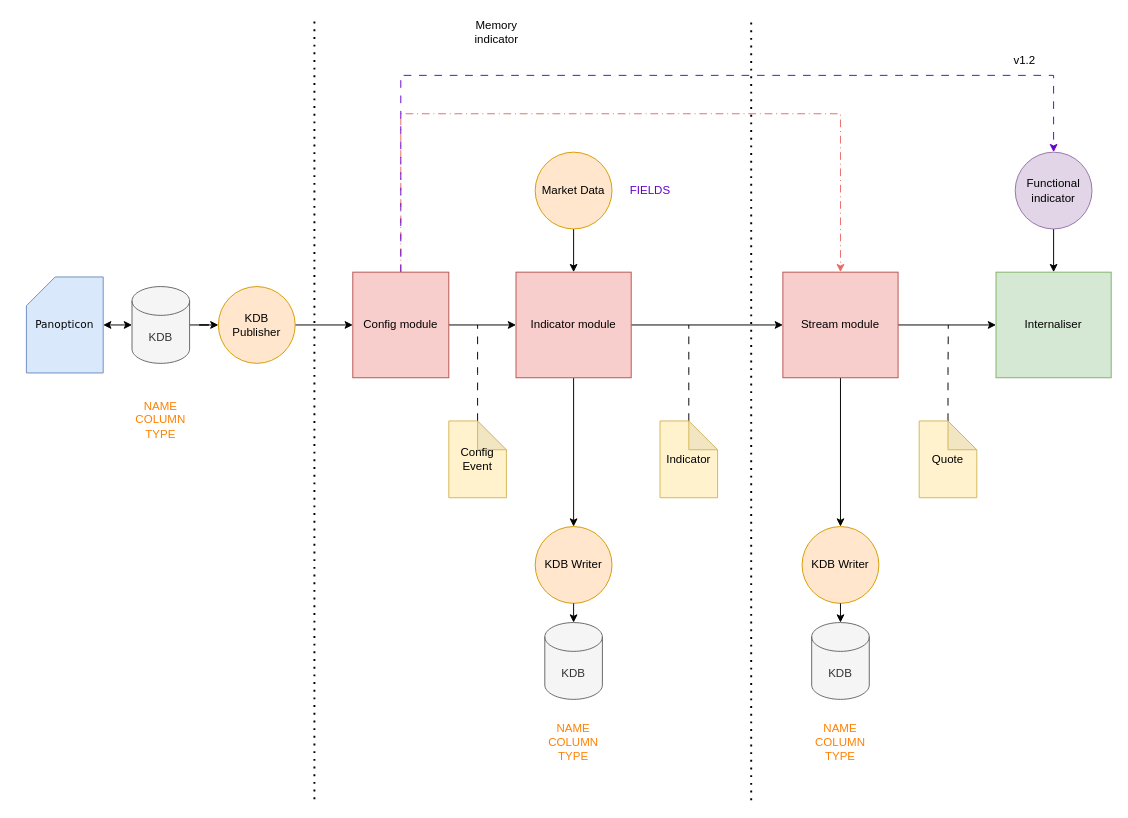
Above: page "Page-1" (1 of 2) of Diagramme sans nom.drawio in yhudev/books (draw.io), before the change. Source tidied: cells renumbered, new cells numbered last; positions are measured from the earlier drawing's top-left corner, leaving out a move shared by most shapes. Both pictures are drawn from the tidied source at 96%, with x=0, y=0 at pixel (26, 17).
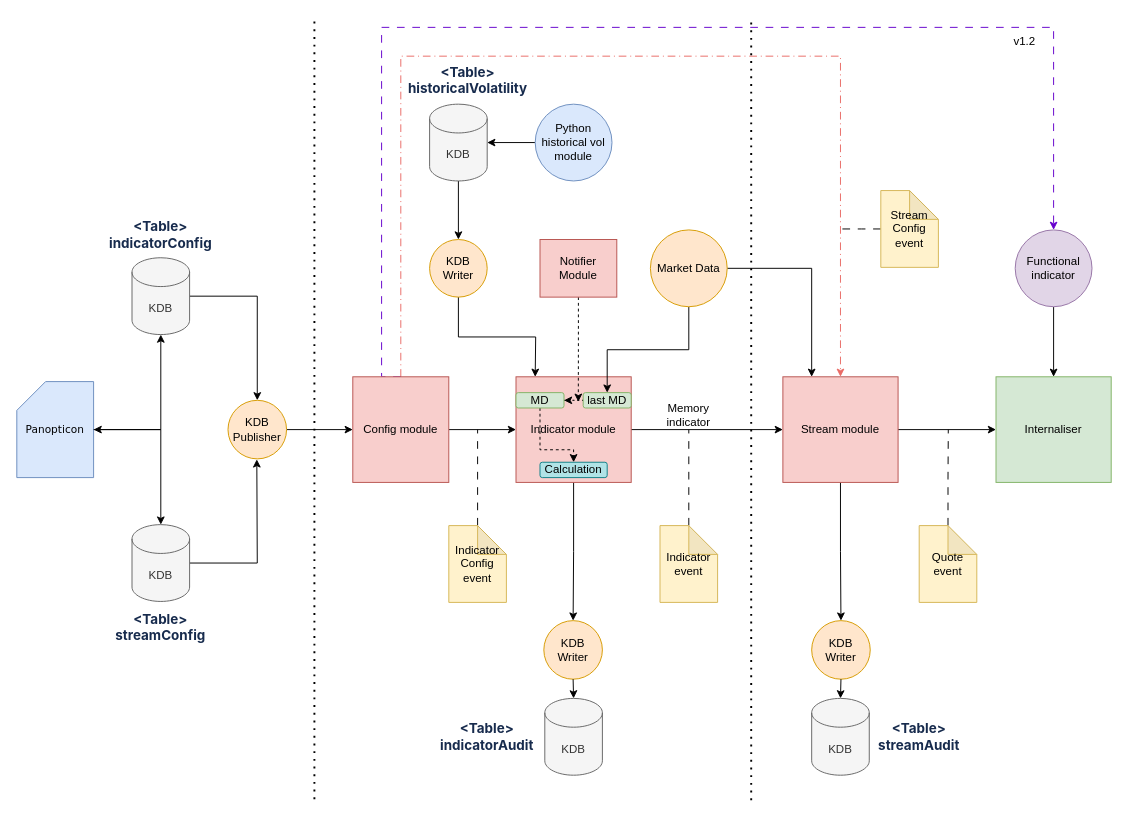
The same page after the edit.

Diff of the diagram source:
```diff
@@
     <mxCell id="3" value="KDB" style="shape=cylinder3;whiteSpace=wrap;html=1;boundedLbl=1;backgroundOutline=1;size=15;fillColor=#f5f5f5;fontColor=#333333;strokeColor=#666666;" parent="1" vertex="1">
-      <mxGeometry x="110" y="280" width="60" height="80" as="geometry" />
+      <mxGeometry x="110" y="250" width="60" height="80" as="geometry" />
     </mxCell>
@@
     <mxCell id="5" style="edgeStyle=orthogonalEdgeStyle;rounded=0;jettySize=auto;html=1;exitX=0.5;exitY=0;exitDx=0;exitDy=0;entryX=0.5;entryY=0;entryDx=0;entryDy=0;dashed=1;dashPattern=8 4 1 4;strokeColor=#EA6B66;" parent="1" edge="1" source="7" target="13">
       <mxGeometry relative="1" as="geometry">
         <Array as="points">
-          <mxPoint x="390" y="100" />
-          <mxPoint x="848" y="100" />
+          <mxPoint x="390" y="40" />
+          <mxPoint x="848" y="40" />
         </Array>
       </mxGeometry>
     </mxCell>
     <mxCell id="6" style="edgeStyle=orthogonalEdgeStyle;rounded=0;jettySize=auto;html=1;exitX=0.5;exitY=0;exitDx=0;exitDy=0;entryX=0.5;entryY=0;entryDx=0;entryDy=0;strokeColor=#6600CC;dashed=1;dashPattern=8 8;" parent="1" edge="1" source="7" target="40">
       <mxGeometry relative="1" as="geometry">
         <Array as="points">
-          <mxPoint x="390" y="60" />
-          <mxPoint x="1070" y="60" />
+          <mxPoint x="370" y="374" />
+          <mxPoint x="370" y="10" />
+          <mxPoint x="1070" y="10" />
         </Array>
       </mxGeometry>
     </mxCell>
     <mxCell id="7" value="Config module" style="rounded=0;whiteSpace=wrap;html=1;fillColor=#f8cecc;strokeColor=#b85450;" parent="1" vertex="1">
-      <mxGeometry x="340" y="265" width="100" height="110" as="geometry" />
+      <mxGeometry x="340" y="374" width="100" height="110" as="geometry" />
     </mxCell>
@@
     <mxCell id="10" value="Indicator module" style="rounded=0;whiteSpace=wrap;html=1;fillColor=#f8cecc;strokeColor=#b85450;" parent="1" vertex="1">
-      <mxGeometry x="510" y="265" width="120" height="110" as="geometry" />
+      <mxGeometry x="510" y="374" width="120" height="110" as="geometry" />
     </mxCell>
@@
     <mxCell id="13" value="Stream module" style="rounded=0;whiteSpace=wrap;html=1;fillColor=#f8cecc;strokeColor=#b85450;" parent="1" vertex="1">
-      <mxGeometry x="788" y="265" width="120" height="110" as="geometry" />
+      <mxGeometry x="788" y="374" width="120" height="110" as="geometry" />
     </mxCell>
     <mxCell id="14" value="KDB" style="shape=cylinder3;whiteSpace=wrap;html=1;boundedLbl=1;backgroundOutline=1;size=15;fillColor=#f5f5f5;fontColor=#333333;strokeColor=#666666;" parent="1" vertex="1">
-      <mxGeometry x="818" y="630" width="60" height="80" as="geometry" />
+      <mxGeometry x="818" y="709" width="60" height="80" as="geometry" />
     </mxCell>
     <mxCell id="15" value="KDB Writer" style="ellipse;whiteSpace=wrap;html=1;fillColor=#ffe6cc;strokeColor=#d79b00;" parent="1" vertex="1">
-      <mxGeometry x="808" y="530" width="80" height="80" as="geometry" />
+      <mxGeometry x="818" y="628" width="61" height="61" as="geometry" />
     </mxCell>
@@
     <mxCell id="17" value="KDB Publisher" style="ellipse;whiteSpace=wrap;html=1;fillColor=#ffe6cc;strokeColor=#d79b00;" parent="1" vertex="1">
-      <mxGeometry x="200" y="280" width="80" height="80" as="geometry" />
+      <mxGeometry x="210" y="398.5" width="61" height="61" as="geometry" />
     </mxCell>
+    <mxCell id="38" style="edgeStyle=orthogonalEdgeStyle;rounded=0;jettySize=auto;html=1;startArrow=classic;startFill=1;" parent="1" edge="1" source="18" target="3">
+      <mxGeometry relative="1" as="geometry" />
+    </mxCell>
     <mxCell id="18" value="&lt;span style=&quot;font-family: verdana; font-size: 11px; text-align: left;&quot;&gt;Panopticon&lt;/span&gt;" style="shape=card;whiteSpace=wrap;html=1;fillColor=#dae8fc;strokeColor=#6c8ebf;" parent="1" vertex="1">
-      <mxGeometry y="270" width="80" height="100" as="geometry" />
+      <mxGeometry x="-10" y="379" width="80" height="100" as="geometry" />
     </mxCell>
     <mxCell id="19" value="Internaliser" style="rounded=0;whiteSpace=wrap;html=1;fillColor=#d5e8d4;strokeColor=#82b366;" parent="1" vertex="1">
-      <mxGeometry x="1010" y="265" width="120" height="110" as="geometry" />
+      <mxGeometry x="1010" y="374" width="120" height="110" as="geometry" />
     </mxCell>
-    <mxCell id="20" style="edgeStyle=orthogonalEdgeStyle;rounded=0;jettySize=auto;html=1;exitX=0.5;exitY=1;exitDx=0;exitDy=0;entryX=0.5;entryY=0;entryDx=0;entryDy=0;" parent="1" edge="1" source="21" target="10">
-      <mxGeometry relative="1" as="geometry" />
-    </mxCell>
+    <mxCell id="43" style="edgeStyle=orthogonalEdgeStyle;rounded=0;jettySize=auto;html=1;exitX=0.5;exitY=1;exitDx=0;exitDy=0;entryX=0.5;entryY=0;entryDx=0;entryDy=0;" parent="1" edge="1" source="21" target="60">
+      <mxGeometry relative="1" as="geometry" />
+    </mxCell>
+    <mxCell id="44" style="edgeStyle=orthogonalEdgeStyle;rounded=0;jettySize=auto;html=1;exitX=1;exitY=0.5;exitDx=0;exitDy=0;entryX=0.25;entryY=0;entryDx=0;entryDy=0;" parent="1" edge="1" source="21" target="13">
+      <mxGeometry relative="1" as="geometry" />
+    </mxCell>
     <mxCell id="21" value="Market Data" style="ellipse;whiteSpace=wrap;html=1;fillColor=#ffe6cc;strokeColor=#d79b00;" parent="1" vertex="1">
-      <mxGeometry x="530" y="140" width="80" height="80" as="geometry" />
+      <mxGeometry x="650" y="221" width="80" height="80" as="geometry" />
     </mxCell>
     <mxCell id="22" value="KDB" style="shape=cylinder3;whiteSpace=wrap;html=1;boundedLbl=1;backgroundOutline=1;size=15;fillColor=#f5f5f5;fontColor=#333333;strokeColor=#666666;" parent="1" vertex="1">
-      <mxGeometry x="540" y="630" width="60" height="80" as="geometry" />
+      <mxGeometry x="540" y="709" width="60" height="80" as="geometry" />
     </mxCell>
     <mxCell id="23" value="KDB Writer" style="ellipse;whiteSpace=wrap;html=1;fillColor=#ffe6cc;strokeColor=#d79b00;" parent="1" vertex="1">
-      <mxGeometry x="530" y="530" width="80" height="80" as="geometry" />
+      <mxGeometry x="539" y="628" width="61" height="61" as="geometry" />
     </mxCell>
@@
     <mxCell id="28" style="edgeStyle=orthogonalEdgeStyle;rounded=0;jettySize=auto;html=1;endArrow=none;endFill=0;dashed=1;dashPattern=8 8;" parent="1" edge="1" source="29">
       <mxGeometry relative="1" as="geometry">
-        <mxPoint x="690" y="320" as="targetPoint" />
+        <mxPoint x="690" y="429" as="targetPoint" />
       </mxGeometry>
     </mxCell>
-    <mxCell id="29" value="Indicator" style="shape=note;whiteSpace=wrap;html=1;backgroundOutline=1;darkOpacity=0.05;fillColor=#fff2cc;strokeColor=#d6b656;" parent="1" vertex="1">
-      <mxGeometry x="660" y="420" width="60" height="80" as="geometry" />
+    <mxCell id="29" value="Indicator event" style="shape=note;whiteSpace=wrap;html=1;backgroundOutline=1;darkOpacity=0.05;fillColor=#fff2cc;strokeColor=#d6b656;" parent="1" vertex="1">
+      <mxGeometry x="660" y="529" width="60" height="80" as="geometry" />
     </mxCell>
     <mxCell id="30" style="edgeStyle=orthogonalEdgeStyle;rounded=0;jettySize=auto;html=1;exitX=0;exitY=0;exitDx=30;exitDy=0;exitPerimeter=0;endArrow=none;endFill=0;dashed=1;dashPattern=8 8;" parent="1" edge="1" source="31">
       <mxGeometry relative="1" as="geometry">
-        <mxPoint x="960.3" y="320" as="targetPoint" />
+        <mxPoint x="960.3" y="429" as="targetPoint" />
       </mxGeometry>
     </mxCell>
-    <mxCell id="31" value="Quote" style="shape=note;whiteSpace=wrap;html=1;backgroundOutline=1;darkOpacity=0.05;fillColor=#fff2cc;strokeColor=#d6b656;" parent="1" vertex="1">
-      <mxGeometry x="930" y="420" width="60" height="80" as="geometry" />
+    <mxCell id="31" value="Quote event" style="shape=note;whiteSpace=wrap;html=1;backgroundOutline=1;darkOpacity=0.05;fillColor=#fff2cc;strokeColor=#d6b656;" parent="1" vertex="1">
+      <mxGeometry x="930" y="529" width="60" height="80" as="geometry" />
     </mxCell>
     <mxCell id="32" style="edgeStyle=orthogonalEdgeStyle;rounded=0;jettySize=auto;html=1;endArrow=none;endFill=0;dashed=1;dashPattern=8 8;" parent="1" edge="1" source="33">
       <mxGeometry relative="1" as="geometry">
-        <mxPoint x="470" y="320" as="targetPoint" />
+        <mxPoint x="470" y="429" as="targetPoint" />
       </mxGeometry>
     </mxCell>
-    <mxCell id="33" value="Config Event" style="shape=note;whiteSpace=wrap;html=1;backgroundOutline=1;darkOpacity=0.05;fillColor=#fff2cc;strokeColor=#d6b656;" parent="1" vertex="1">
-      <mxGeometry x="440" y="420" width="60" height="80" as="geometry" />
+    <mxCell id="33" value="Indicator&lt;div&gt;Config event&lt;/div&gt;" style="shape=note;whiteSpace=wrap;html=1;backgroundOutline=1;darkOpacity=0.05;fillColor=#fff2cc;strokeColor=#d6b656;" parent="1" vertex="1">
+      <mxGeometry x="440" y="529" width="60" height="80" as="geometry" />
     </mxCell>
-    <mxCell id="34" value="NAME&lt;div&gt;COLUMN&lt;/div&gt;&lt;div&gt;TYPE&lt;/div&gt;" style="text;html=1;whiteSpace=wrap;strokeColor=none;fillColor=none;align=center;verticalAlign=middle;rounded=0;fontColor=#FF8000;" parent="1" vertex="1">
-      <mxGeometry x="110" y="404" width="60" height="30" as="geometry" />
-    </mxCell>
-    <mxCell id="35" value="NAME&lt;div&gt;COLUMN&lt;/div&gt;&lt;div&gt;TYPE&lt;/div&gt;" style="text;html=1;whiteSpace=wrap;strokeColor=none;fillColor=none;align=center;verticalAlign=middle;rounded=0;fontColor=#FF8000;" parent="1" vertex="1">
-      <mxGeometry x="540" y="740" width="60" height="30" as="geometry" />
-    </mxCell>
-    <mxCell id="36" value="NAME&lt;div&gt;COLUMN&lt;/div&gt;&lt;div&gt;TYPE&lt;/div&gt;" style="text;html=1;whiteSpace=wrap;strokeColor=none;fillColor=none;align=center;verticalAlign=middle;rounded=0;fontColor=#FF8000;" parent="1" vertex="1">
-      <mxGeometry x="818" y="740" width="60" height="30" as="geometry" />
-    </mxCell>
-    <mxCell id="37" value="FIELDS" style="text;html=1;whiteSpace=wrap;strokeColor=none;fillColor=none;align=center;verticalAlign=middle;rounded=0;fontColor=#6600CC;" parent="1" vertex="1">
-      <mxGeometry x="620" y="165" width="60" height="30" as="geometry" />
-    </mxCell>
-    <mxCell id="38" style="endArrow=classic;startArrow=classic;html=1;rounded=0;entryX=0;entryY=0.5;entryDx=0;entryDy=0;entryPerimeter=0;exitX=1;exitY=0.5;exitDx=0;exitDy=0;exitPerimeter=0;" parent="1" edge="1" source="18" target="3">
-      <mxGeometry relative="1" as="geometry" />
-    </mxCell>
@@
     <mxCell id="40" value="Functional indicator" style="ellipse;whiteSpace=wrap;html=1;fillColor=#e1d5e7;strokeColor=#9673a6;" parent="1" vertex="1">
-      <mxGeometry x="1030" y="140" width="80" height="80" as="geometry" />
+      <mxGeometry x="1030" y="221" width="80" height="80" as="geometry" />
     </mxCell>
     <mxCell id="41" value="Memory indicator" style="text;html=1;whiteSpace=wrap;strokeColor=none;fillColor=none;align=center;verticalAlign=middle;rounded=0;" parent="1" vertex="1">
-      <mxGeometry x="460" width="60" height="30" as="geometry" />
+      <mxGeometry x="660" y="398.5" width="60" height="30" as="geometry" />
     </mxCell>
     <mxCell id="42" value="v1.2" style="text;html=1;whiteSpace=wrap;strokeColor=none;fillColor=none;align=center;verticalAlign=middle;rounded=0;" parent="1" vertex="1">
-      <mxGeometry x="1010" y="30" width="60" height="30" as="geometry" />
+      <mxGeometry x="1010" y="10" width="60" height="30" as="geometry" />
     </mxCell>
+    <mxCell id="45" value="&lt;b style=&quot;color: rgb(23, 43, 77); font-family: -apple-system, BlinkMacSystemFont, &amp;quot;Segoe UI&amp;quot;, Roboto, Oxygen, Ubuntu, &amp;quot;Fira Sans&amp;quot;, &amp;quot;Droid Sans&amp;quot;, &amp;quot;Helvetica Neue&amp;quot;, sans-serif; font-size: 14px; background-color: rgb(255, 255, 255);&quot;&gt;&amp;lt;Table&amp;gt;&lt;/b&gt;&lt;div&gt;&lt;b style=&quot;color: rgb(23, 43, 77); font-family: -apple-system, BlinkMacSystemFont, &amp;quot;Segoe UI&amp;quot;, Roboto, Oxygen, Ubuntu, &amp;quot;Fira Sans&amp;quot;, &amp;quot;Droid Sans&amp;quot;, &amp;quot;Helvetica Neue&amp;quot;, sans-serif; font-size: 14px; background-color: rgb(255, 255, 255);&quot;&gt;indicatorConfig&lt;/b&gt;&lt;/div&gt;" style="text;html=1;whiteSpace=wrap;strokeColor=none;fillColor=none;align=center;verticalAlign=middle;rounded=0;" parent="1" vertex="1">
+      <mxGeometry x="110" y="211" width="60" height="30" as="geometry" />
+    </mxCell>
+    <mxCell id="46" value="&lt;b style=&quot;color: rgb(23, 43, 77); font-family: -apple-system, BlinkMacSystemFont, &amp;quot;Segoe UI&amp;quot;, Roboto, Oxygen, Ubuntu, &amp;quot;Fira Sans&amp;quot;, &amp;quot;Droid Sans&amp;quot;, &amp;quot;Helvetica Neue&amp;quot;, sans-serif; font-size: 14px; background-color: rgb(255, 255, 255);&quot;&gt;&amp;lt;Table&amp;gt;&lt;/b&gt;&lt;div&gt;&lt;b style=&quot;color: rgb(23, 43, 77); font-family: -apple-system, BlinkMacSystemFont, &amp;quot;Segoe UI&amp;quot;, Roboto, Oxygen, Ubuntu, &amp;quot;Fira Sans&amp;quot;, &amp;quot;Droid Sans&amp;quot;, &amp;quot;Helvetica Neue&amp;quot;, sans-serif; font-size: 14px; text-align: left; background-color: rgb(255, 255, 255);&quot;&gt;indicatorAudit&lt;/b&gt;&lt;/div&gt;" style="text;html=1;whiteSpace=wrap;strokeColor=none;fillColor=none;align=center;verticalAlign=middle;rounded=0;" parent="1" vertex="1">
+      <mxGeometry x="450" y="734" width="60" height="30" as="geometry" />
+    </mxCell>
+    <mxCell id="47" style="edgeStyle=orthogonalEdgeStyle;rounded=0;jettySize=auto;html=1;exitX=0.5;exitY=1;exitDx=0;exitDy=0;exitPerimeter=0;entryX=0.5;entryY=0;entryDx=0;entryDy=0;" parent="1" edge="1" source="48" target="50">
+      <mxGeometry relative="1" as="geometry" />
+    </mxCell>
+    <mxCell id="48" value="KDB" style="shape=cylinder3;whiteSpace=wrap;html=1;boundedLbl=1;backgroundOutline=1;size=15;fillColor=#f5f5f5;fontColor=#333333;strokeColor=#666666;" parent="1" vertex="1">
+      <mxGeometry x="420" y="90" width="60" height="80" as="geometry" />
+    </mxCell>
+    <mxCell id="49" style="edgeStyle=orthogonalEdgeStyle;rounded=0;jettySize=auto;html=1;exitX=0.5;exitY=1;exitDx=0;exitDy=0;" parent="1" edge="1" source="50">
+      <mxGeometry relative="1" as="geometry">
+        <mxPoint x="530" y="374" as="targetPoint" />
+      </mxGeometry>
+    </mxCell>
+    <mxCell id="50" value="KDB Writer" style="ellipse;whiteSpace=wrap;html=1;fillColor=#ffe6cc;strokeColor=#d79b00;" parent="1" vertex="1">
+      <mxGeometry x="420" y="231" width="60" height="60" as="geometry" />
+    </mxCell>
+    <mxCell id="51" value="&lt;b style=&quot;color: rgb(23, 43, 77); font-family: -apple-system, BlinkMacSystemFont, &amp;quot;Segoe UI&amp;quot;, Roboto, Oxygen, Ubuntu, &amp;quot;Fira Sans&amp;quot;, &amp;quot;Droid Sans&amp;quot;, &amp;quot;Helvetica Neue&amp;quot;, sans-serif; font-size: 14px; background-color: rgb(255, 255, 255);&quot;&gt;&amp;lt;Table&amp;gt;&lt;/b&gt;&lt;div&gt;&lt;b style=&quot;color: rgb(23, 43, 77); font-family: -apple-system, BlinkMacSystemFont, &amp;quot;Segoe UI&amp;quot;, Roboto, Oxygen, Ubuntu, &amp;quot;Fira Sans&amp;quot;, &amp;quot;Droid Sans&amp;quot;, &amp;quot;Helvetica Neue&amp;quot;, sans-serif; font-size: 14px; text-align: left; background-color: rgb(255, 255, 255);&quot;&gt;historicalVolatility&lt;/b&gt;&lt;/div&gt;" style="text;html=1;whiteSpace=wrap;strokeColor=none;fillColor=none;align=center;verticalAlign=middle;rounded=0;" parent="1" vertex="1">
+      <mxGeometry x="430" y="50" width="60" height="30" as="geometry" />
+    </mxCell>
+    <mxCell id="52" style="edgeStyle=orthogonalEdgeStyle;rounded=0;jettySize=auto;html=1;exitX=0;exitY=0.5;exitDx=0;exitDy=0;" parent="1" edge="1" source="53" target="48">
+      <mxGeometry relative="1" as="geometry" />
+    </mxCell>
+    <mxCell id="53" value="Python historical vol&lt;div&gt;module&lt;/div&gt;" style="ellipse;whiteSpace=wrap;html=1;fillColor=#dae8fc;strokeColor=#6c8ebf;" parent="1" vertex="1">
+      <mxGeometry x="530" y="90" width="80" height="80" as="geometry" />
+    </mxCell>
+    <mxCell id="54" style="edgeStyle=orthogonalEdgeStyle;rounded=0;jettySize=auto;html=1;dashed=1;dashPattern=8 8;endArrow=none;endFill=0;" parent="1" edge="1" source="55">
+      <mxGeometry relative="1" as="geometry">
+        <mxPoint x="850" y="220" as="targetPoint" />
+      </mxGeometry>
+    </mxCell>
+    <mxCell id="55" value="Stream&lt;div&gt;Config event&lt;/div&gt;" style="shape=note;whiteSpace=wrap;html=1;backgroundOutline=1;darkOpacity=0.05;fillColor=#fff2cc;strokeColor=#d6b656;" parent="1" vertex="1">
+      <mxGeometry x="890" y="180" width="60" height="80" as="geometry" />
+    </mxCell>
+    <mxCell id="56" value="&lt;b style=&quot;color: rgb(23, 43, 77); font-family: -apple-system, BlinkMacSystemFont, &amp;quot;Segoe UI&amp;quot;, Roboto, Oxygen, Ubuntu, &amp;quot;Fira Sans&amp;quot;, &amp;quot;Droid Sans&amp;quot;, &amp;quot;Helvetica Neue&amp;quot;, sans-serif; font-size: 14px; background-color: rgb(255, 255, 255);&quot;&gt;&amp;lt;Table&amp;gt;&lt;/b&gt;&lt;div&gt;&lt;b style=&quot;color: rgb(23, 43, 77); font-family: -apple-system, BlinkMacSystemFont, &amp;quot;Segoe UI&amp;quot;, Roboto, Oxygen, Ubuntu, &amp;quot;Fira Sans&amp;quot;, &amp;quot;Droid Sans&amp;quot;, &amp;quot;Helvetica Neue&amp;quot;, sans-serif; font-size: 14px; text-align: left; background-color: rgb(255, 255, 255);&quot;&gt;stream&lt;/b&gt;&lt;b style=&quot;color: rgb(23, 43, 77); font-family: -apple-system, BlinkMacSystemFont, &amp;quot;Segoe UI&amp;quot;, Roboto, Oxygen, Ubuntu, &amp;quot;Fira Sans&amp;quot;, &amp;quot;Droid Sans&amp;quot;, &amp;quot;Helvetica Neue&amp;quot;, sans-serif; font-size: 14px; text-align: left; background-color: rgb(255, 255, 255);&quot;&gt;Audit&lt;/b&gt;&lt;/div&gt;" style="text;html=1;whiteSpace=wrap;strokeColor=none;fillColor=none;align=center;verticalAlign=middle;rounded=0;" parent="1" vertex="1">
+      <mxGeometry x="900" y="734" width="60" height="30" as="geometry" />
+    </mxCell>
+    <mxCell id="57" style="edgeStyle=orthogonalEdgeStyle;rounded=0;jettySize=auto;html=1;exitX=0.5;exitY=1;exitDx=0;exitDy=0;dashed=1;" parent="1" edge="1" source="58">
+      <mxGeometry relative="1" as="geometry">
+        <mxPoint x="574.9" y="400" as="targetPoint" />
+      </mxGeometry>
+    </mxCell>
+    <mxCell id="58" value="Notifier Module" style="rounded=0;whiteSpace=wrap;html=1;fillColor=#f8cecc;strokeColor=#b85450;" parent="1" vertex="1">
+      <mxGeometry x="535" y="231" width="80" height="60" as="geometry" />
+    </mxCell>
+    <mxCell id="59" style="edgeStyle=orthogonalEdgeStyle;rounded=0;jettySize=auto;html=1;exitX=0;exitY=0.5;exitDx=0;exitDy=0;dashed=1;dashPattern=1 4;" parent="1" edge="1" source="60" target="62">
+      <mxGeometry relative="1" as="geometry" />
+    </mxCell>
+    <mxCell id="60" value="last MD" style="rounded=1;whiteSpace=wrap;html=1;fillColor=#d5e8d4;strokeColor=#82b366;" parent="1" vertex="1">
+      <mxGeometry x="580" y="390.5" width="50" height="16" as="geometry" />
+    </mxCell>
+    <mxCell id="61" style="edgeStyle=orthogonalEdgeStyle;rounded=0;jettySize=auto;html=1;exitX=0.5;exitY=1;exitDx=0;exitDy=0;dashed=1;" parent="1" edge="1" source="62" target="63">
+      <mxGeometry relative="1" as="geometry">
+        <Array as="points">
+          <mxPoint x="535" y="450" />
+          <mxPoint x="570" y="450" />
+        </Array>
+      </mxGeometry>
+    </mxCell>
+    <mxCell id="62" value="MD" style="rounded=1;whiteSpace=wrap;html=1;fillColor=#d5e8d4;strokeColor=#82b366;" parent="1" vertex="1">
+      <mxGeometry x="510" y="390.5" width="50" height="16" as="geometry" />
+    </mxCell>
+    <mxCell id="63" value="Calculation" style="rounded=1;whiteSpace=wrap;html=1;fillColor=#b0e3e6;strokeColor=#0e8088;" parent="1" vertex="1">
+      <mxGeometry x="535" y="463" width="70" height="16" as="geometry" />
+    </mxCell>
+    <mxCell id="64" style="edgeStyle=orthogonalEdgeStyle;rounded=0;jettySize=auto;html=1;exitX=1;exitY=0.5;exitDx=0;exitDy=0;exitPerimeter=0;" parent="1" edge="1" source="65">
+      <mxGeometry relative="1" as="geometry">
+        <mxPoint x="240" y="460" as="targetPoint" />
+      </mxGeometry>
+    </mxCell>
+    <mxCell id="65" value="KDB" style="shape=cylinder3;whiteSpace=wrap;html=1;boundedLbl=1;backgroundOutline=1;size=15;fillColor=#f5f5f5;fontColor=#333333;strokeColor=#666666;" parent="1" vertex="1">
+      <mxGeometry x="110" y="528" width="60" height="80" as="geometry" />
+    </mxCell>
+    <mxCell id="66" style="edgeStyle=orthogonalEdgeStyle;rounded=0;jettySize=auto;html=1;exitX=1;exitY=0.5;exitDx=0;exitDy=0;exitPerimeter=0;entryX=0.5;entryY=0;entryDx=0;entryDy=0;entryPerimeter=0;" parent="1" edge="1" source="18" target="65">
+      <mxGeometry relative="1" as="geometry" />
+    </mxCell>
+    <mxCell id="67" value="&lt;b style=&quot;color: rgb(23, 43, 77); font-family: -apple-system, BlinkMacSystemFont, &amp;quot;Segoe UI&amp;quot;, Roboto, Oxygen, Ubuntu, &amp;quot;Fira Sans&amp;quot;, &amp;quot;Droid Sans&amp;quot;, &amp;quot;Helvetica Neue&amp;quot;, sans-serif; font-size: 14px; background-color: rgb(255, 255, 255);&quot;&gt;&amp;lt;Table&amp;gt;&lt;/b&gt;&lt;div&gt;&lt;b style=&quot;color: rgb(23, 43, 77); font-family: -apple-system, BlinkMacSystemFont, &amp;quot;Segoe UI&amp;quot;, Roboto, Oxygen, Ubuntu, &amp;quot;Fira Sans&amp;quot;, &amp;quot;Droid Sans&amp;quot;, &amp;quot;Helvetica Neue&amp;quot;, sans-serif; font-size: 14px; background-color: rgb(255, 255, 255);&quot;&gt;stream&lt;/b&gt;&lt;b style=&quot;color: rgb(23, 43, 77); font-family: -apple-system, BlinkMacSystemFont, &amp;quot;Segoe UI&amp;quot;, Roboto, Oxygen, Ubuntu, &amp;quot;Fira Sans&amp;quot;, &amp;quot;Droid Sans&amp;quot;, &amp;quot;Helvetica Neue&amp;quot;, sans-serif; font-size: 14px; background-color: rgb(255, 255, 255);&quot;&gt;Config&lt;/b&gt;&lt;/div&gt;" style="text;html=1;whiteSpace=wrap;strokeColor=none;fillColor=none;align=center;verticalAlign=middle;rounded=0;" parent="1" vertex="1">
+      <mxGeometry x="110" y="620" width="60" height="30" as="geometry" />
+    </mxCell>
```
